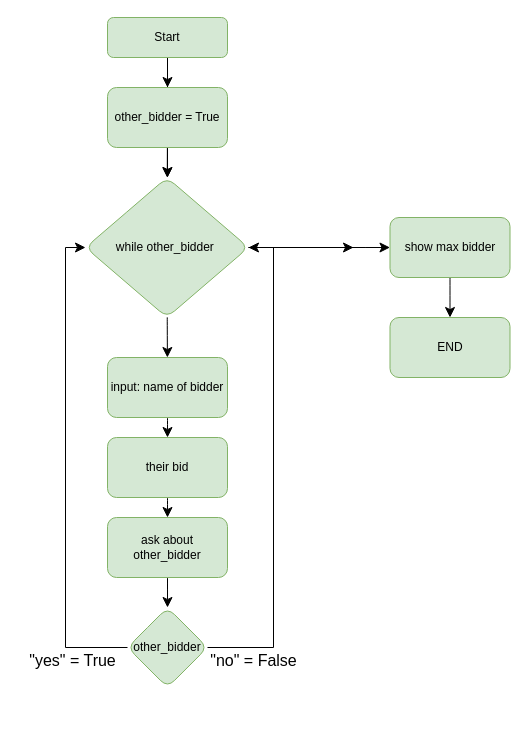
Earlier version of the draw.io diagram easy_Secret_auction_program.drawio (mohan-sah/Flow-chart-practice). Source tidied: cells renumbered, new cells numbered last; positions are measured from the earlier drawing's top-left corner, leaving out a move shared by most shapes. Both pictures are drawn from the tidied source at 100%, with x=0, y=0 at pixel (17, 17).
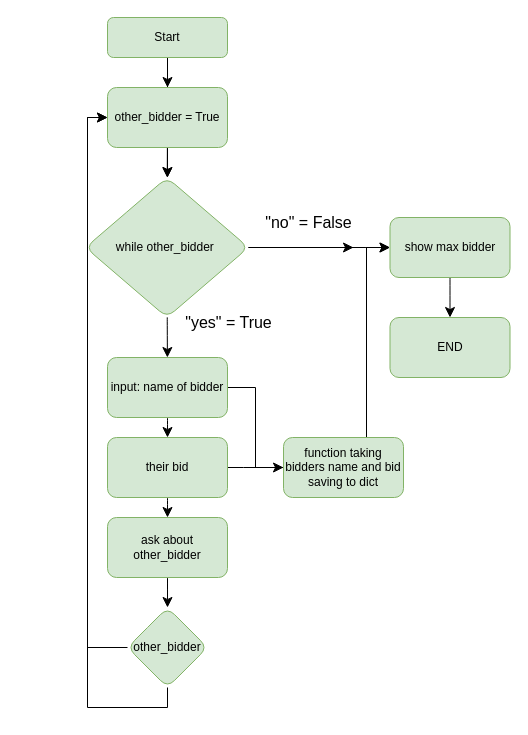
The same page after the edit.

Unchanged cells that the change refers to:
```xml
<mxCell id="7" value="other_bidder = True" style="whiteSpace=wrap;html=1;fillColor=#d5e8d4;strokeColor=#82b366;rounded=1;" parent="1" vertex="1">
  <mxGeometry x="90" y="70" width="120" height="60" as="geometry" />
</mxCell>
<mxCell id="11" value="while other_bidder&amp;nbsp;" style="rhombus;whiteSpace=wrap;html=1;fillColor=#d5e8d4;strokeColor=#82b366;rounded=1;" parent="1" vertex="1">
  <mxGeometry x="68" y="160" width="163" height="140" as="geometry" />
</mxCell>
<mxCell id="13" value="input: name of bidder" style="whiteSpace=wrap;html=1;fillColor=#d5e8d4;strokeColor=#82b366;rounded=1;" parent="1" vertex="1">
  <mxGeometry x="90" y="340" width="120" height="60" as="geometry" />
</mxCell>
<mxCell id="15" value="their bid" style="whiteSpace=wrap;html=1;fillColor=#d5e8d4;strokeColor=#82b366;rounded=1;" parent="1" vertex="1">
  <mxGeometry x="90" y="420" width="120" height="60" as="geometry" />
</mxCell>
<mxCell id="20" value="other_bidder" style="rhombus;whiteSpace=wrap;html=1;fillColor=#d5e8d4;strokeColor=#82b366;rounded=1;" parent="1" vertex="1">
  <mxGeometry x="110" y="590" width="80" height="80" as="geometry" />
</mxCell>
<mxCell id="24" value="show max bidder" style="whiteSpace=wrap;html=1;fillColor=#d5e8d4;strokeColor=#82b366;rounded=1;" parent="1" vertex="1">
  <mxGeometry x="372.5" y="200" width="120" height="60" as="geometry" />
</mxCell>
```

The edit, as a diff of the source:
```diff
@@
+    <mxCell id="26" style="edgeStyle=elbowEdgeStyle;rounded=0;jettySize=auto;html=1;fontSize=12;startSize=8;endSize=8;" parent="1" edge="1" source="13" target="31">
+      <mxGeometry relative="1" as="geometry" />
+    </mxCell>
@@
+    <mxCell id="27" style="edgeStyle=none;curved=1;rounded=0;jettySize=auto;html=1;exitX=0;exitY=0.5;exitDx=0;exitDy=0;entryX=1;entryY=0.5;entryDx=0;entryDy=0;fontSize=12;startSize=8;endSize=8;" parent="1" edge="1" source="15" target="31">
+      <mxGeometry relative="1" as="geometry" />
+    </mxCell>
@@
-    <mxCell id="18" style="edgeStyle=orthogonalEdgeStyle;rounded=0;jettySize=auto;html=1;fontSize=12;startSize=8;endSize=8;entryX=0;entryY=0.5;entryDx=0;entryDy=0;" parent="1" edge="1" source="20" target="11">
-      <mxGeometry relative="1" as="geometry">
-        <Array as="points">
-          <mxPoint x="48" y="630" />
-          <mxPoint x="48" y="230" />
-        </Array>
-      </mxGeometry>
-    </mxCell>
-    <mxCell id="19" style="edgeStyle=orthogonalEdgeStyle;rounded=0;jettySize=auto;html=1;exitX=1;exitY=0.5;exitDx=0;exitDy=0;entryX=1;entryY=0.5;entryDx=0;entryDy=0;fontSize=12;startSize=8;endSize=8;" parent="1" edge="1" source="20" target="11">
-      <mxGeometry relative="1" as="geometry">
-        <Array as="points">
-          <mxPoint x="256" y="630" />
-          <mxPoint x="256" y="230" />
-        </Array>
-      </mxGeometry>
-    </mxCell>
+    <mxCell id="28" style="edgeStyle=orthogonalEdgeStyle;rounded=0;jettySize=auto;html=1;exitX=0.5;exitY=1;exitDx=0;exitDy=0;entryX=0;entryY=0.5;entryDx=0;entryDy=0;fontSize=12;startSize=8;endSize=8;" parent="1" edge="1" source="20" target="7">
+      <mxGeometry relative="1" as="geometry" />
+    </mxCell>
+    <mxCell id="29" style="edgeStyle=orthogonalEdgeStyle;rounded=0;jettySize=auto;html=1;exitX=0;exitY=0.5;exitDx=0;exitDy=0;entryX=0;entryY=0.5;entryDx=0;entryDy=0;fontSize=12;startSize=8;endSize=8;" parent="1" edge="1" source="20" target="7">
+      <mxGeometry relative="1" as="geometry" />
+    </mxCell>
@@
     <mxCell id="21" value="&quot;yes&quot; = True" style="text;html=1;align=center;verticalAlign=middle;strokeColor=none;fillColor=none;fontSize=16;" parent="1" vertex="1">
-      <mxGeometry y="628" width="110" height="30" as="geometry" />
+      <mxGeometry x="156" y="290" width="110" height="30" as="geometry" />
     </mxCell>
     <mxCell id="22" value="&quot;no&quot; = False" style="text;html=1;align=center;verticalAlign=middle;strokeColor=none;fillColor=none;fontSize=16;" parent="1" vertex="1">
-      <mxGeometry x="181" y="628" width="110" height="30" as="geometry" />
+      <mxGeometry x="236" y="190" width="110" height="30" as="geometry" />
     </mxCell>
@@
+    <mxCell id="30" style="edgeStyle=elbowEdgeStyle;rounded=0;jettySize=auto;html=1;exitX=0.5;exitY=0;exitDx=0;exitDy=0;entryX=0;entryY=0.5;entryDx=0;entryDy=0;fontSize=12;startSize=8;endSize=8;" parent="1" edge="1" source="31" target="24">
+      <mxGeometry relative="1" as="geometry" />
+    </mxCell>
+    <mxCell id="31" value="function taking bidders name and bid&lt;br&gt;saving to dict" style="whiteSpace=wrap;html=1;fillColor=#d5e8d4;strokeColor=#82b366;rounded=1;" parent="1" vertex="1">
+      <mxGeometry x="266" y="420" width="120" height="60" as="geometry" />
+    </mxCell>
```
